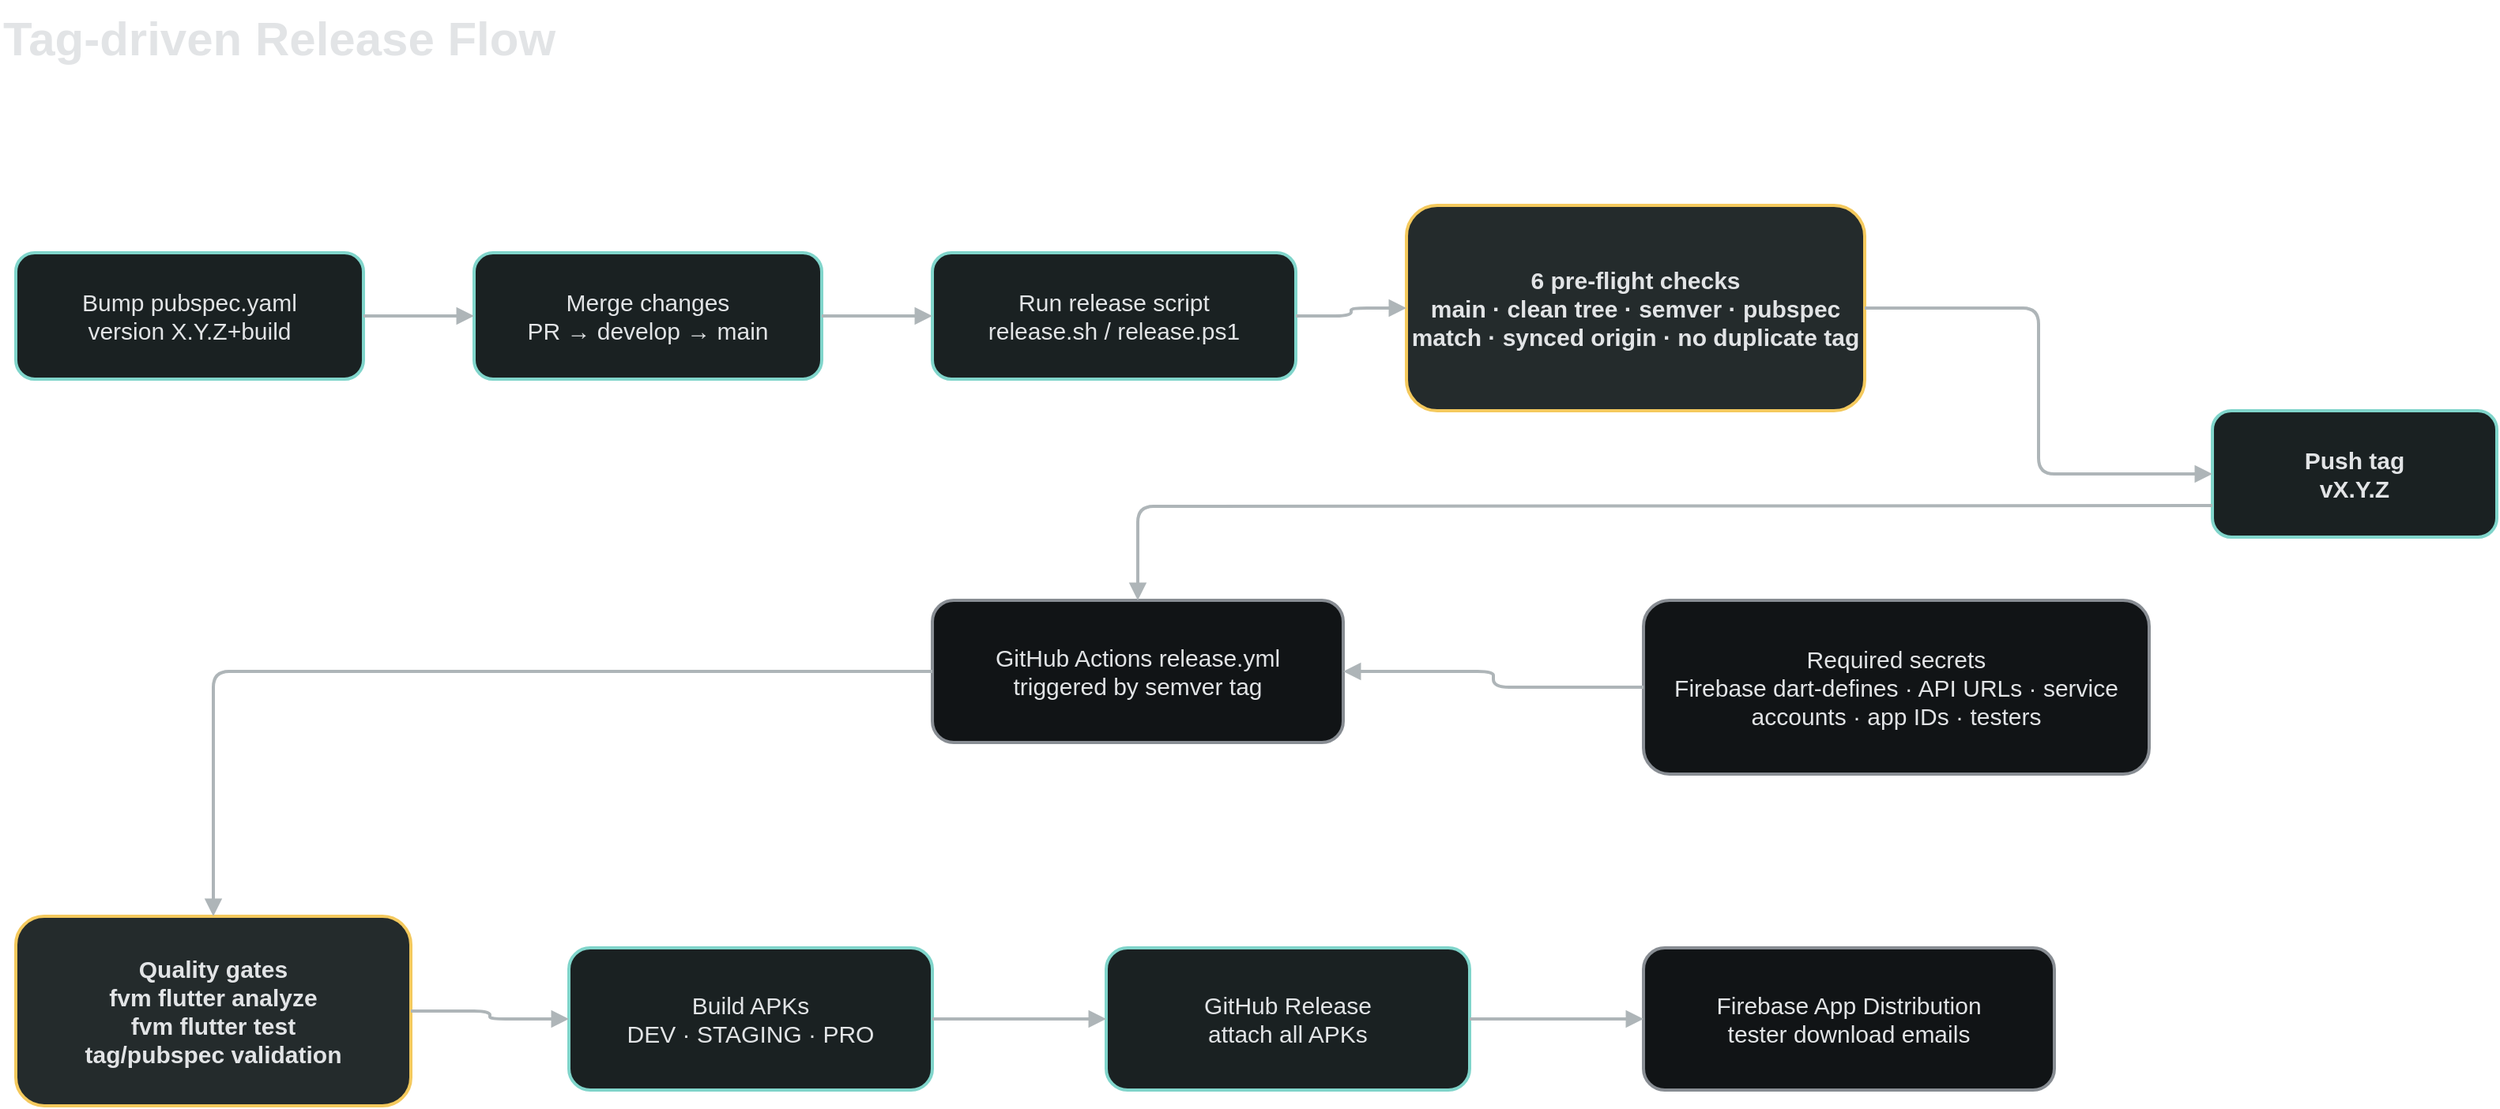
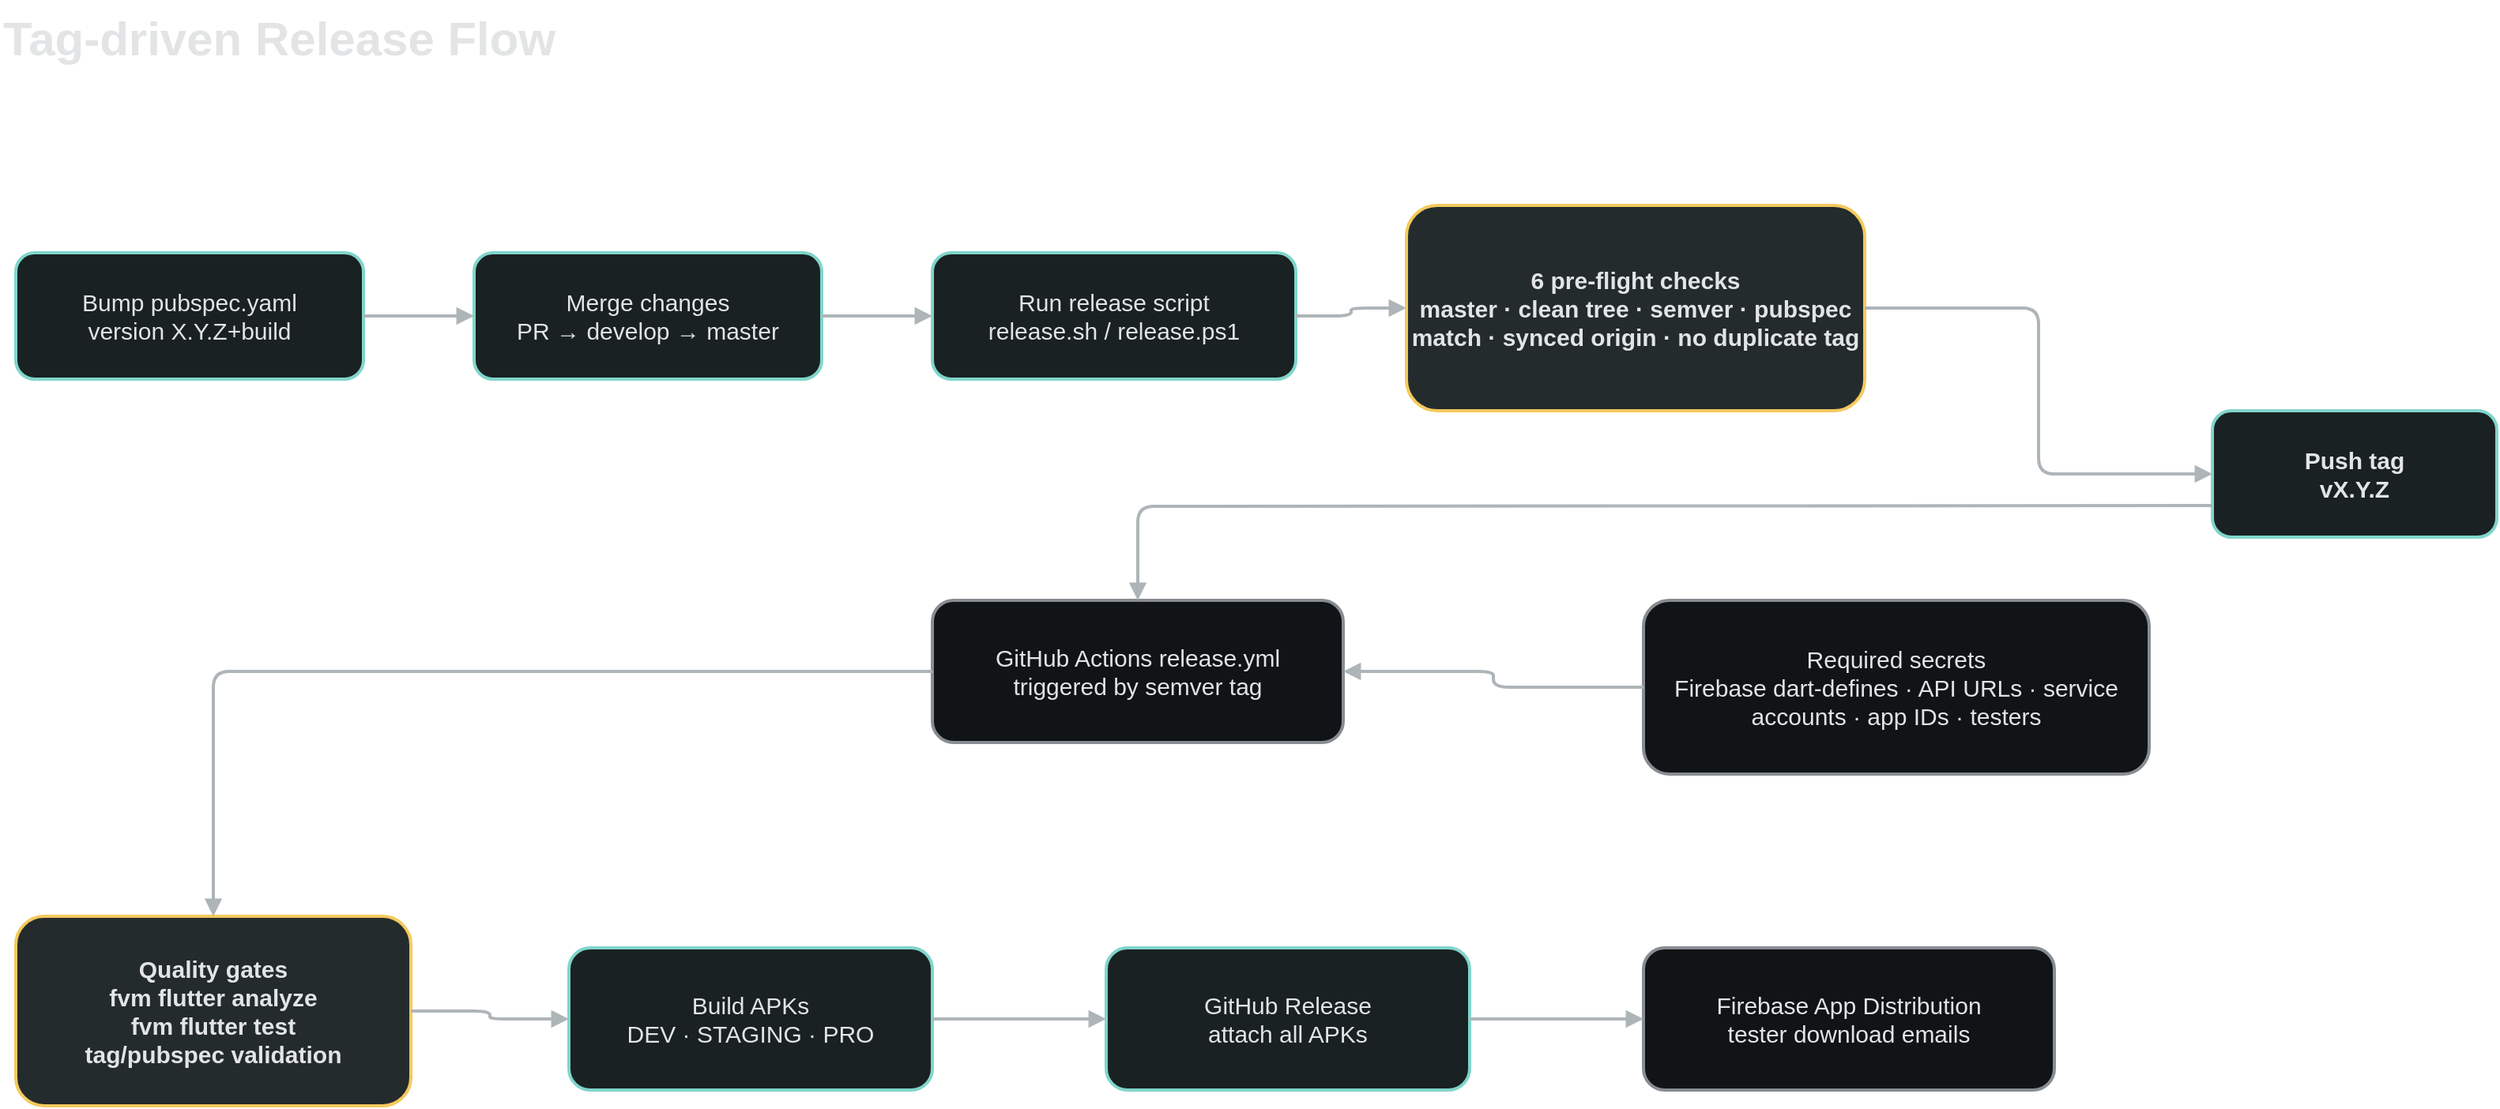
<mxfile host="app.diagrams.net" agent="OpenCode">
  <diagram id="release-flow" name="Release Flow">
    <mxGraphModel dx="1637" dy="788" grid="1" gridSize="10" guides="1" tooltips="1" connect="1" arrows="1" fold="1" page="1" pageScale="1" pageWidth="1700" pageHeight="1000" math="0" shadow="0">
      <root>
        <mxCell id="0" />
        <mxCell id="1" parent="0" />
        <mxCell id="title" parent="1" style="text;html=1;strokeColor=none;fillColor=none;fontSize=30;fontStyle=1;fontColor=#E2E4E6;align=left;" value="Tag-driven Release Flow" vertex="1">
          <mxGeometry height="44" width="520" x="60" y="40" as="geometry" />
        </mxCell>
        <mxCell id="version" parent="1" style="rounded=1;whiteSpace=wrap;html=1;fillColor=#1A2122;strokeColor=#80D5CB;strokeWidth=2;fontColor=#E2E4E6;fontSize=15;" value="Bump pubspec.yaml&#xa;version X.Y.Z+build" vertex="1">
          <mxGeometry height="80" width="220" x="70" y="200" as="geometry" />
        </mxCell>
-         <mxCell id="merge" parent="1" style="rounded=1;whiteSpace=wrap;html=1;fillColor=#1A2122;strokeColor=#80D5CB;strokeWidth=2;fontColor=#E2E4E6;fontSize=15;" value="Merge changes&#xa;PR → develop → main" vertex="1">
+         <mxCell id="merge" parent="1" style="rounded=1;whiteSpace=wrap;html=1;fillColor=#1A2122;strokeColor=#80D5CB;strokeWidth=2;fontColor=#E2E4E6;fontSize=15;" value="Merge changes&#xa;PR → develop → master" vertex="1">
          <mxGeometry height="80" width="220" x="360" y="200" as="geometry" />
        </mxCell>
        <mxCell id="script" parent="1" style="rounded=1;whiteSpace=wrap;html=1;fillColor=#1A2122;strokeColor=#80D5CB;strokeWidth=2;fontColor=#E2E4E6;fontSize=15;" value="Run release script&#xa;release.sh / release.ps1" vertex="1">
          <mxGeometry height="80" width="230" x="650" y="200" as="geometry" />
        </mxCell>
-         <mxCell id="checks" parent="1" style="rounded=1;whiteSpace=wrap;html=1;fillColor=#242B2C;strokeColor=#F4C95D;strokeWidth=2;fontColor=#E2E4E6;fontSize=15;fontStyle=1;" value="6 pre-flight checks&#xa;main · clean tree · semver · pubspec match · synced origin · no duplicate tag" vertex="1">
+         <mxCell id="checks" parent="1" style="rounded=1;whiteSpace=wrap;html=1;fillColor=#242B2C;strokeColor=#F4C95D;strokeWidth=2;fontColor=#E2E4E6;fontSize=15;fontStyle=1;" value="6 pre-flight checks&#xa;master · clean tree · semver · pubspec match · synced origin · no duplicate tag" vertex="1">
          <mxGeometry height="130" width="290" x="950" y="170" as="geometry" />
        </mxCell>
        <mxCell id="tag" parent="1" style="rounded=1;whiteSpace=wrap;html=1;fillColor=#1A2122;strokeColor=#80D5CB;strokeWidth=2;fontColor=#E2E4E6;fontSize=15;fontStyle=1;" value="Push tag&#xa;vX.Y.Z" vertex="1">
          <mxGeometry height="80" width="180" x="1460" y="300" as="geometry" />
        </mxCell>
        <mxCell id="workflow" parent="1" style="rounded=1;whiteSpace=wrap;html=1;fillColor=#111416;strokeColor=#888D93;strokeWidth=2;fontColor=#E2E4E6;fontSize=15;" value="GitHub Actions release.yml&#xa;triggered by semver tag" vertex="1">
          <mxGeometry height="90" width="260" x="650" y="420" as="geometry" />
        </mxCell>
        <mxCell id="quality" parent="1" style="rounded=1;whiteSpace=wrap;html=1;fillColor=#242B2C;strokeColor=#F4C95D;strokeWidth=2;fontColor=#E2E4E6;fontSize=15;fontStyle=1;" value="Quality gates&#xa;fvm flutter analyze&#xa;fvm flutter test&#xa;tag/pubspec validation" vertex="1">
          <mxGeometry height="120" width="250" x="70" y="620" as="geometry" />
        </mxCell>
        <mxCell id="builds" parent="1" style="rounded=1;whiteSpace=wrap;html=1;fillColor=#1A2122;strokeColor=#80D5CB;strokeWidth=2;fontColor=#E2E4E6;fontSize=15;" value="Build APKs&#xa;DEV · STAGING · PRO" vertex="1">
          <mxGeometry height="90" width="230" x="420" y="640" as="geometry" />
        </mxCell>
        <mxCell id="ghRelease" parent="1" style="rounded=1;whiteSpace=wrap;html=1;fillColor=#1A2122;strokeColor=#80D5CB;strokeWidth=2;fontColor=#E2E4E6;fontSize=15;" value="GitHub Release&#xa;attach all APKs" vertex="1">
          <mxGeometry height="90" width="230" x="760" y="640" as="geometry" />
        </mxCell>
        <mxCell id="firebase" parent="1" style="rounded=1;whiteSpace=wrap;html=1;fillColor=#111416;strokeColor=#888D93;strokeWidth=2;fontColor=#E2E4E6;fontSize=15;" value="Firebase App Distribution&#xa;tester download emails" vertex="1">
          <mxGeometry height="90" width="260" x="1100" y="640" as="geometry" />
        </mxCell>
        <mxCell id="secrets" parent="1" style="rounded=1;whiteSpace=wrap;html=1;fillColor=#111416;strokeColor=#888D93;strokeWidth=2;fontColor=#E2E4E6;fontSize=15;" value="Required secrets&#xa;Firebase dart-defines · API URLs · service accounts · app IDs · testers" vertex="1">
          <mxGeometry height="110" width="320" x="1100" y="420" as="geometry" />
        </mxCell>
        <mxCell id="e1" edge="1" parent="1" source="version" style="edgeStyle=orthogonalEdgeStyle;strokeColor=#AEB5B8;strokeWidth=2;endArrow=block;endFill=1;" target="merge">
          <mxGeometry relative="1" as="geometry" />
        </mxCell>
        <mxCell id="e2" edge="1" parent="1" source="merge" style="edgeStyle=orthogonalEdgeStyle;strokeColor=#AEB5B8;strokeWidth=2;endArrow=block;endFill=1;" target="script">
          <mxGeometry relative="1" as="geometry" />
        </mxCell>
        <mxCell id="e3" edge="1" parent="1" source="script" style="edgeStyle=orthogonalEdgeStyle;strokeColor=#AEB5B8;strokeWidth=2;endArrow=block;endFill=1;" target="checks">
          <mxGeometry relative="1" as="geometry" />
        </mxCell>
        <mxCell id="e4" edge="1" parent="1" source="checks" style="edgeStyle=orthogonalEdgeStyle;strokeColor=#AEB5B8;strokeWidth=2;endArrow=block;endFill=1;" target="tag">
          <mxGeometry relative="1" as="geometry" />
        </mxCell>
        <mxCell id="e5" edge="1" parent="1" style="edgeStyle=orthogonalEdgeStyle;strokeColor=#AEB5B8;strokeWidth=2;endArrow=block;endFill=1;entryX=0.5;entryY=0;entryDx=0;entryDy=0;" target="workflow">
          <mxGeometry relative="1" as="geometry">
            <mxPoint x="1460" y="360" as="sourcePoint" />
            <mxPoint x="780" y="440" as="targetPoint" />
          </mxGeometry>
        </mxCell>
        <mxCell id="e6" edge="1" parent="1" source="workflow" style="edgeStyle=orthogonalEdgeStyle;strokeColor=#AEB5B8;strokeWidth=2;endArrow=block;endFill=1;" target="quality">
          <mxGeometry relative="1" as="geometry" />
        </mxCell>
        <mxCell id="e7" edge="1" parent="1" source="quality" style="edgeStyle=orthogonalEdgeStyle;strokeColor=#AEB5B8;strokeWidth=2;endArrow=block;endFill=1;" target="builds">
          <mxGeometry relative="1" as="geometry" />
        </mxCell>
        <mxCell id="e8" edge="1" parent="1" source="builds" style="edgeStyle=orthogonalEdgeStyle;strokeColor=#AEB5B8;strokeWidth=2;endArrow=block;endFill=1;" target="ghRelease">
          <mxGeometry relative="1" as="geometry" />
        </mxCell>
        <mxCell id="e9" edge="1" parent="1" source="ghRelease" style="edgeStyle=orthogonalEdgeStyle;strokeColor=#AEB5B8;strokeWidth=2;endArrow=block;endFill=1;" target="firebase">
          <mxGeometry relative="1" as="geometry" />
        </mxCell>
        <mxCell id="e10" edge="1" parent="1" source="secrets" style="edgeStyle=orthogonalEdgeStyle;strokeColor=#AEB5B8;strokeWidth=2;endArrow=block;endFill=1;" target="workflow">
          <mxGeometry relative="1" as="geometry" />
        </mxCell>
      </root>
    </mxGraphModel>
  </diagram>
</mxfile>
